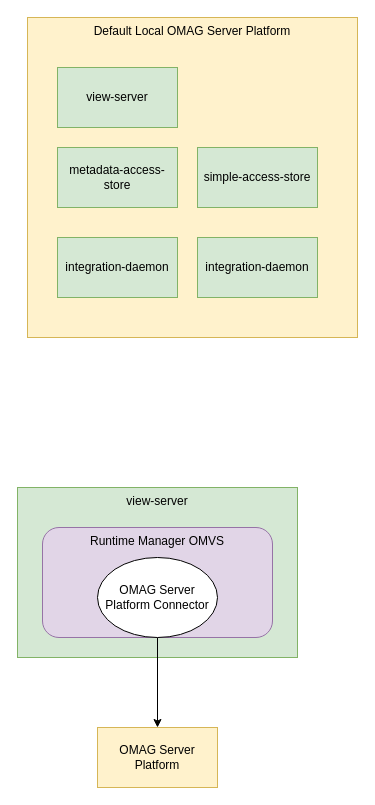
Earlier version of the draw.io diagram site/docs/services/omvs/runtime-manager/egeria-system-connectors.drawio (odpi/egeria-docs). Source tidied: cells renumbered, new cells numbered last; positions are measured from the earlier drawing's top-left corner, leaving out a move shared by most shapes. Both pictures are drawn from the tidied source at 100%, with x=0, y=0 at pixel (17, 17).
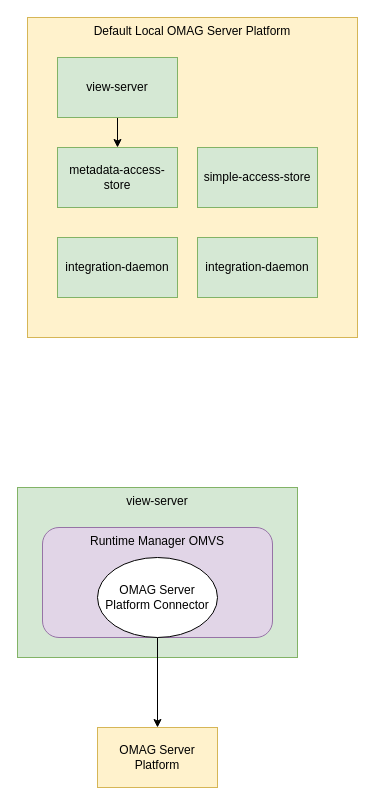
After the change.

Change to the diagram source:
```diff
@@
 <mxGraphModel>
   <root>
     <mxCell id="0" />
     <mxCell id="1" parent="0" />
     <mxCell id="2" value="Default Local OMAG Server Platform" style="rounded=0;whiteSpace=wrap;html=1;verticalAlign=top;fillColor=#fff2cc;strokeColor=#d6b656;" parent="1" vertex="1">
       <mxGeometry x="10" width="330" height="320" as="geometry" />
     </mxCell>
+    <mxCell id="13" style="edgeStyle=orthogonalEdgeStyle;rounded=0;jettySize=auto;html=1;exitX=0.5;exitY=1;exitDx=0;exitDy=0;" parent="1" edge="1" source="3" target="4">
+      <mxGeometry relative="1" as="geometry" />
+    </mxCell>
     <mxCell id="3" value="view-server" style="rounded=0;whiteSpace=wrap;html=1;fillColor=#d5e8d4;strokeColor=#82b366;" parent="1" vertex="1">
-      <mxGeometry x="40" y="50" width="120" height="60" as="geometry" />
+      <mxGeometry x="40" y="40" width="120" height="60" as="geometry" />
     </mxCell>
     <mxCell id="4" value="metadata-access-store" style="rounded=0;whiteSpace=wrap;html=1;fillColor=#d5e8d4;strokeColor=#82b366;" parent="1" vertex="1">
       <mxGeometry x="40" y="130" width="120" height="60" as="geometry" />
     </mxCell>
     <mxCell id="5" value="integration-daemon" style="rounded=0;whiteSpace=wrap;html=1;fillColor=#d5e8d4;strokeColor=#82b366;" parent="1" vertex="1">
       <mxGeometry x="180" y="220" width="120" height="60" as="geometry" />
     </mxCell>
     <mxCell id="6" value="integration-daemon" style="rounded=0;whiteSpace=wrap;html=1;fillColor=#d5e8d4;strokeColor=#82b366;" parent="1" vertex="1">
       <mxGeometry x="40" y="220" width="120" height="60" as="geometry" />
     </mxCell>
     <mxCell id="7" value="simple-access-store" style="rounded=0;whiteSpace=wrap;html=1;fillColor=#d5e8d4;strokeColor=#82b366;" parent="1" vertex="1">
       <mxGeometry x="180" y="130" width="120" height="60" as="geometry" />
     </mxCell>
     <mxCell id="8" value="view-server" style="rounded=0;whiteSpace=wrap;html=1;verticalAlign=top;fillColor=#d5e8d4;strokeColor=#82b366;" parent="1" vertex="1">
       <mxGeometry y="470" width="280" height="170" as="geometry" />
     </mxCell>
     <mxCell id="9" style="edgeStyle=orthogonalEdgeStyle;rounded=0;jettySize=auto;html=1;" parent="1" edge="1" source="10" target="11">
       <mxGeometry relative="1" as="geometry" />
     </mxCell>
     <mxCell id="10" value="Runtime Manager OMVS" style="rounded=1;whiteSpace=wrap;html=1;verticalAlign=top;fillColor=#e1d5e7;strokeColor=#9673a6;" parent="1" vertex="1">
       <mxGeometry x="25" y="510" width="230" height="110" as="geometry" />
     </mxCell>
     <mxCell id="11" value="OMAG Server Platform" style="rounded=0;whiteSpace=wrap;html=1;fillColor=#fff2cc;strokeColor=#d6b656;" parent="1" vertex="1">
       <mxGeometry x="80" y="710" width="120" height="60" as="geometry" />
     </mxCell>
     <mxCell id="12" value="OMAG Server Platform Connector" style="ellipse;whiteSpace=wrap;html=1;" parent="1" vertex="1">
       <mxGeometry x="80" y="540" width="120" height="80" as="geometry" />
     </mxCell>
   </root>
 </mxGraphModel>
```
